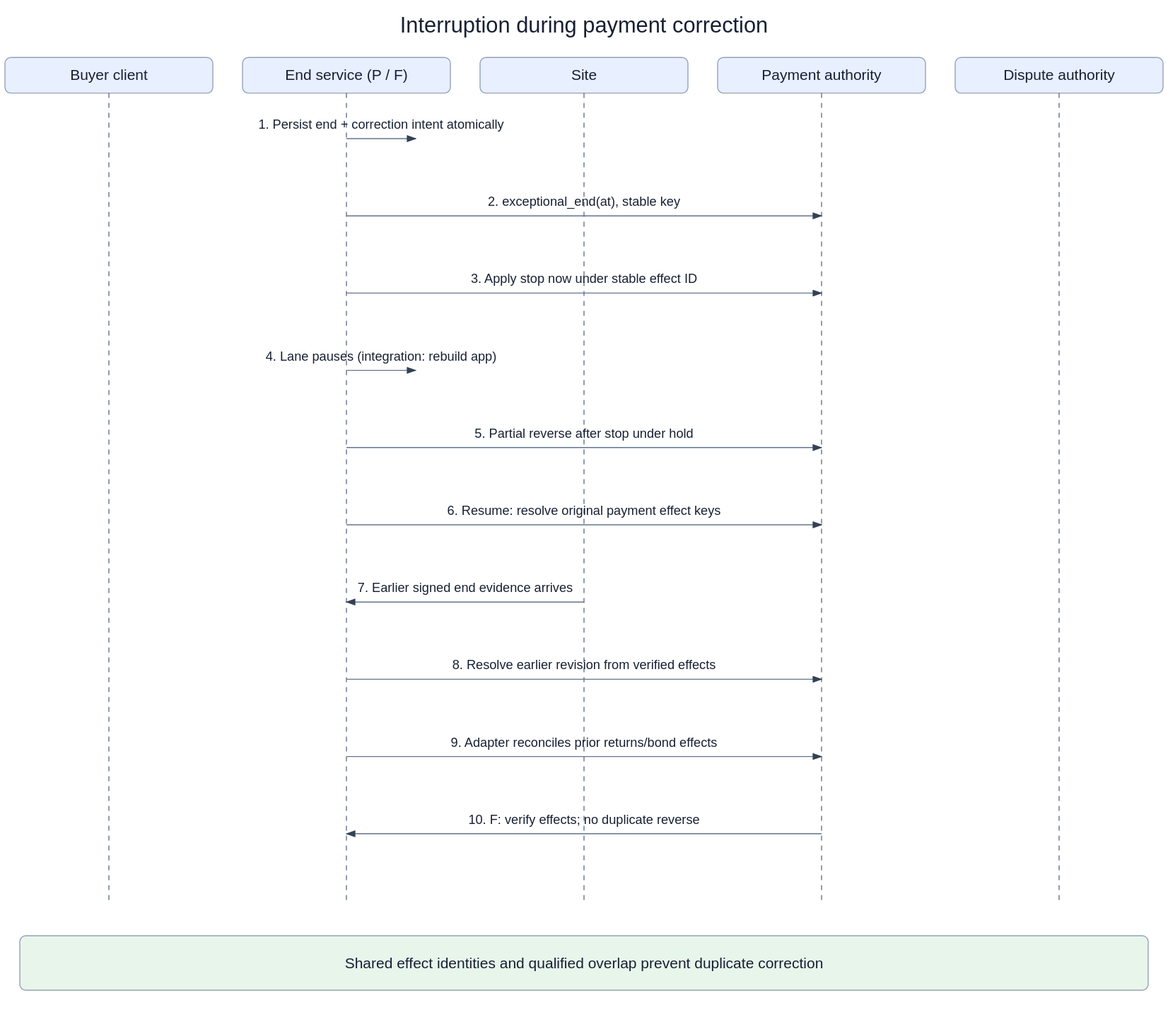
arkhai-io/simple-compute-market keeps this draw.io diagram as openspec/changes/converge-ongoing-compute-leases/diagrams/03-crash-during-case-effects.svg. Above is the earlier version. Source tidied: cells renumbered, new cells last; positions are measured from the earlier drawing's top-left corner, leaving out a move shared by most shapes.
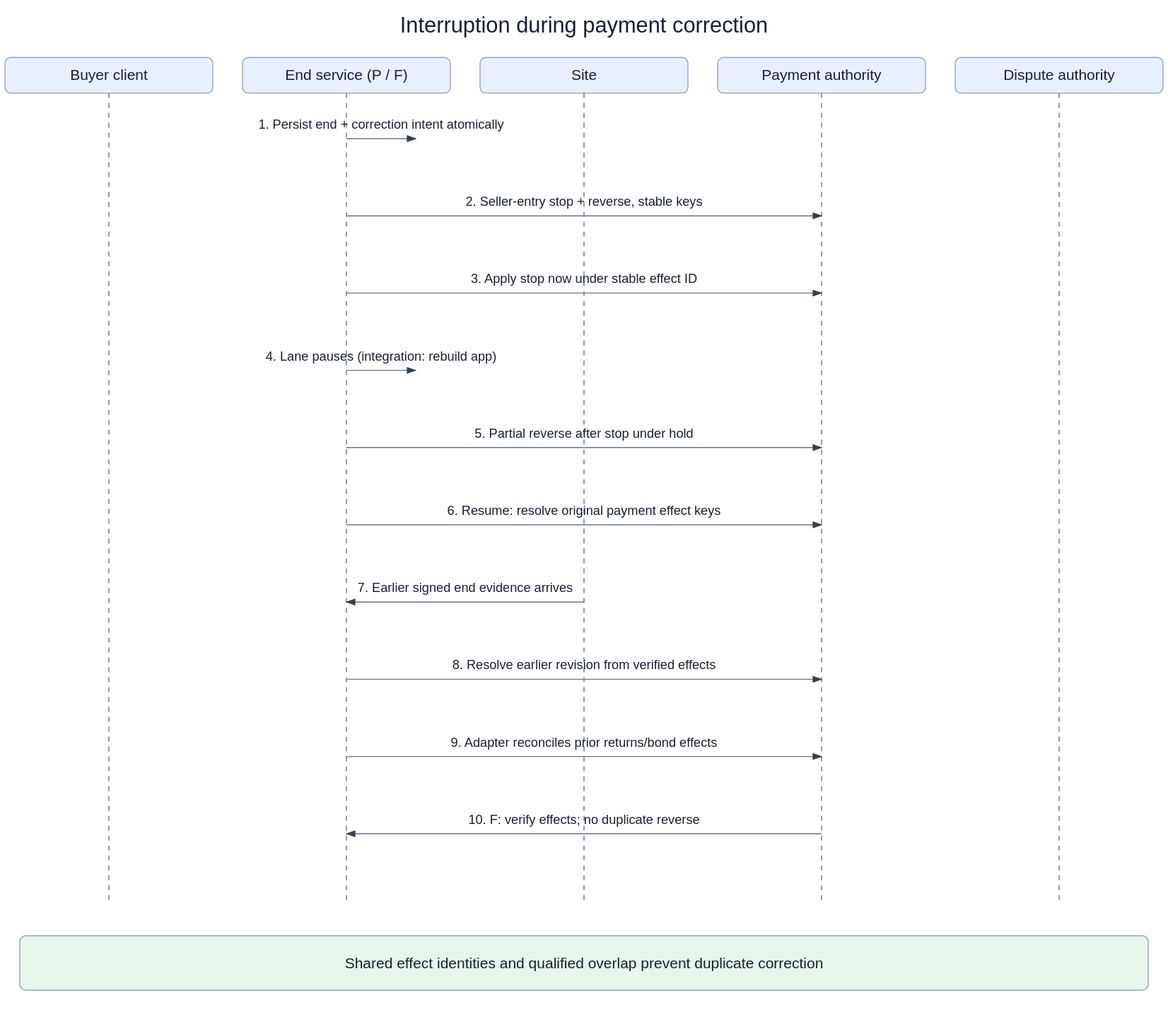
After the change.

The edit, as a diff of the source:
```diff
@@ -56,7 +56,7 @@
         <mxPoint x="415" y="130" as="targetPoint" />
       </mxGeometry>
     </mxCell>
-    <mxCell id="14" value="2. exceptional_end(at), stable key" style="endArrow=block;fontSize=13;labelBackgroundColor=#ffffff;" parent="1" edge="1">
+    <mxCell id="14" value="2. Seller-entry stop + reverse, stable keys" style="endArrow=block;fontSize=13;labelBackgroundColor=#ffffff;" parent="1" edge="1">
       <mxGeometry relative="1" as="geometry">
         <mxPoint x="345" y="208" as="sourcePoint" />
         <mxPoint x="825" y="208" as="targetPoint" />
```
